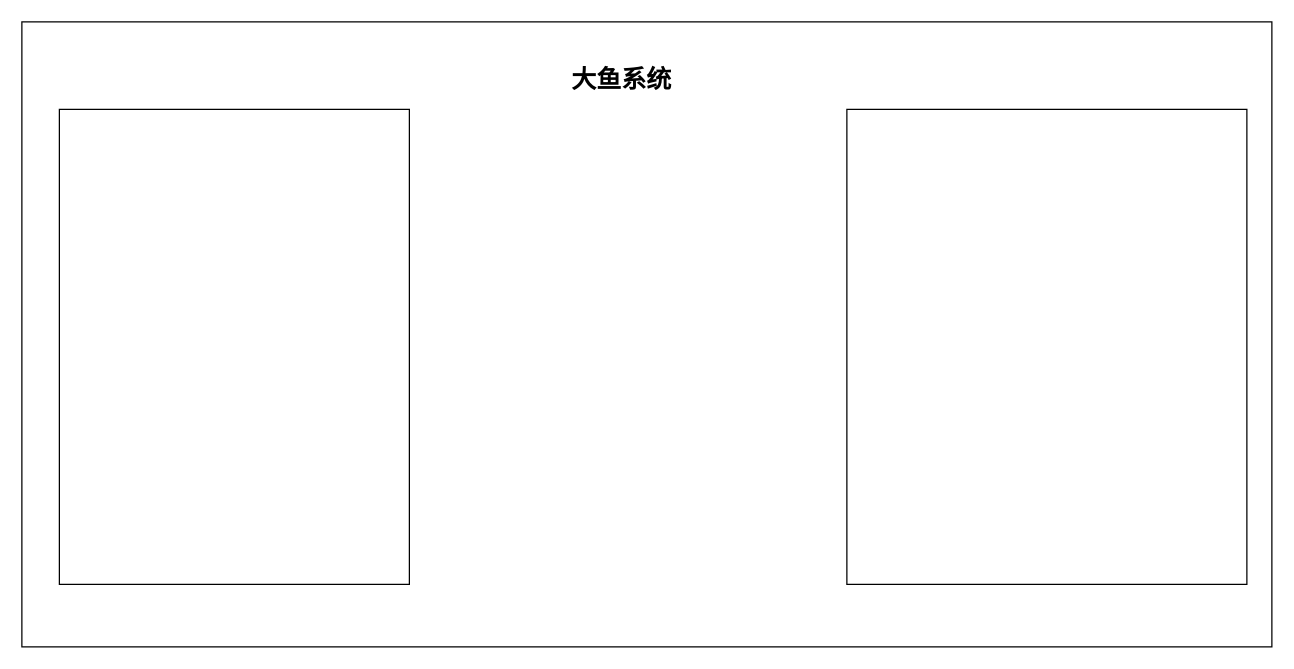
wushengqiang/mydoc keeps this draw.io diagram as 大鱼系统.drawio. Above is the earlier version. Source tidied: cells renumbered, new cells numbered last; positions are measured from the earlier drawing's top-left corner, leaving out a move shared by most shapes. Both pictures are drawn from the tidied source at 125%, with x=0, y=0 at pixel (21, 21).
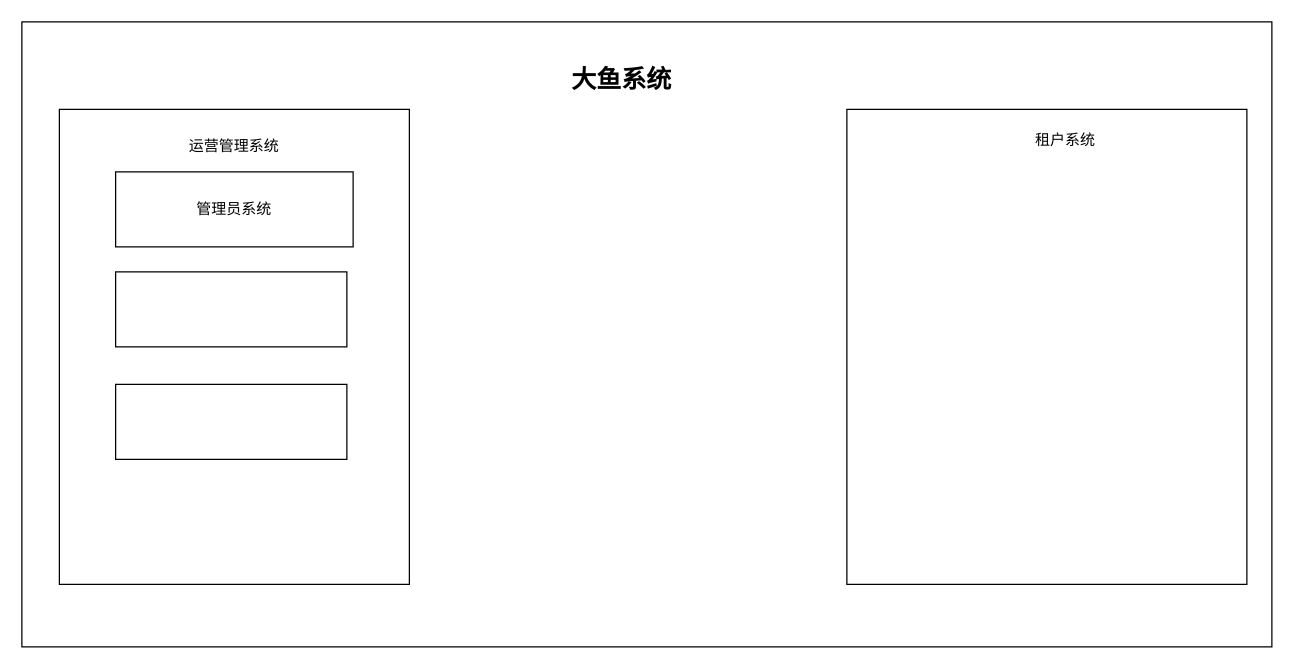
The same diagram, later.

Commit message (it also covers changes not shown here):
更新大鱼系统.drawio

What changed in the source:
```diff
@@
 <mxGraphModel>
   <root>
     <mxCell id="0" />
     <mxCell id="1" parent="0" />
     <mxCell id="2" style="rounded=0;whiteSpace=wrap;html=1;" parent="1" vertex="1">
       <mxGeometry width="1000" height="500" as="geometry" />
     </mxCell>
     <mxCell id="3" value="&lt;b&gt;&lt;font style=&quot;font-size: 20px&quot;&gt;大鱼系统&lt;/font&gt;&lt;/b&gt;" style="rounded=0;whiteSpace=wrap;html=1;strokeColor=none;" parent="1" vertex="1">
       <mxGeometry x="320" y="20" width="320" height="50" as="geometry" />
     </mxCell>
     <mxCell id="4" style="rounded=0;whiteSpace=wrap;html=1;" parent="1" vertex="1">
       <mxGeometry x="30" y="70" width="280" height="380" as="geometry" />
     </mxCell>
     <mxCell id="5" style="rounded=0;whiteSpace=wrap;html=1;" parent="1" vertex="1">
       <mxGeometry x="660" y="70" width="320" height="380" as="geometry" />
     </mxCell>
+    <mxCell id="6" value="运营管理系统" style="rounded=0;whiteSpace=wrap;html=1;strokeColor=none;" parent="1" vertex="1">
+      <mxGeometry x="95" y="80" width="150" height="40" as="geometry" />
+    </mxCell>
+    <mxCell id="7" value="租户系统" style="rounded=0;whiteSpace=wrap;html=1;strokeColor=none;" parent="1" vertex="1">
+      <mxGeometry x="760" y="80" width="150" height="30" as="geometry" />
+    </mxCell>
+    <mxCell id="8" value="管理员系统" style="rounded=0;whiteSpace=wrap;html=1;" parent="1" vertex="1">
+      <mxGeometry x="75" y="120" width="190" height="60" as="geometry" />
+    </mxCell>
+    <mxCell id="9" style="rounded=0;whiteSpace=wrap;html=1;" parent="1" vertex="1">
+      <mxGeometry x="75" y="200" width="185" height="60" as="geometry" />
+    </mxCell>
+    <mxCell id="10" style="rounded=0;whiteSpace=wrap;html=1;" parent="1" vertex="1">
+      <mxGeometry x="75" y="290" width="185" height="60" as="geometry" />
+    </mxCell>
   </root>
 </mxGraphModel>
```
